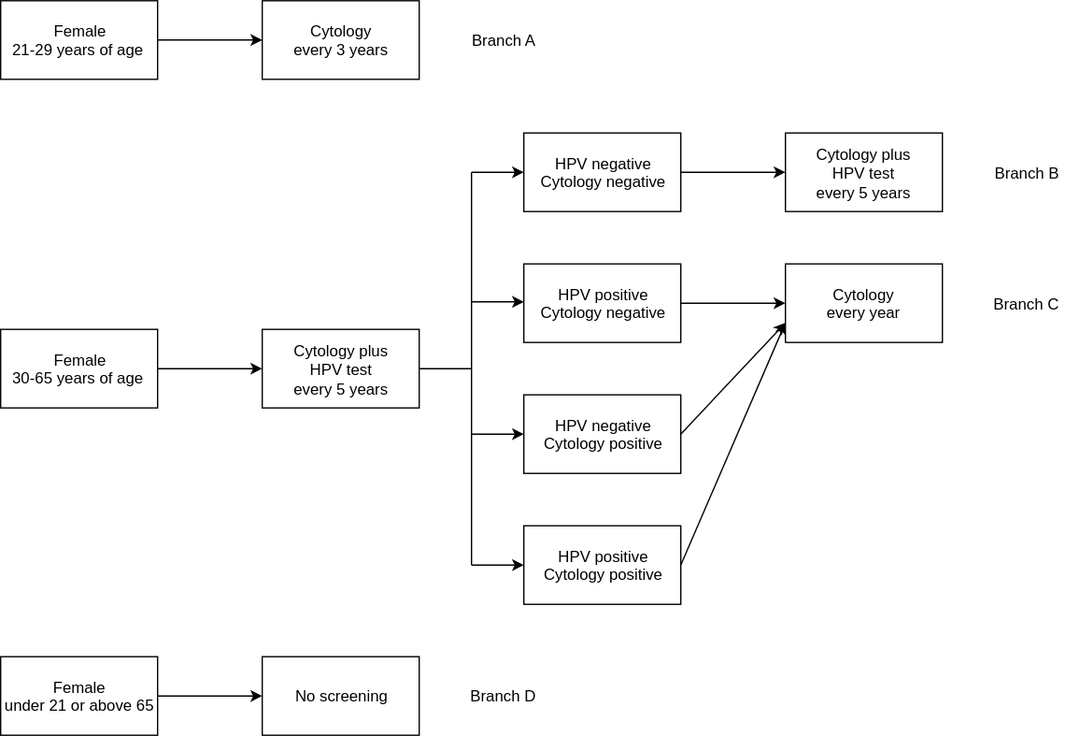
This is docs/source/concept_models/vivarium_swissre_cervicalcancer/cervical_screening_branches.svg from ihmeuw/vivarium_research, a draw.io export, as it was before one commit. Source tidied: cells renumbered, new cells last; positions are measured from the earlier drawing's top-left corner, leaving out a move shared by most shapes.
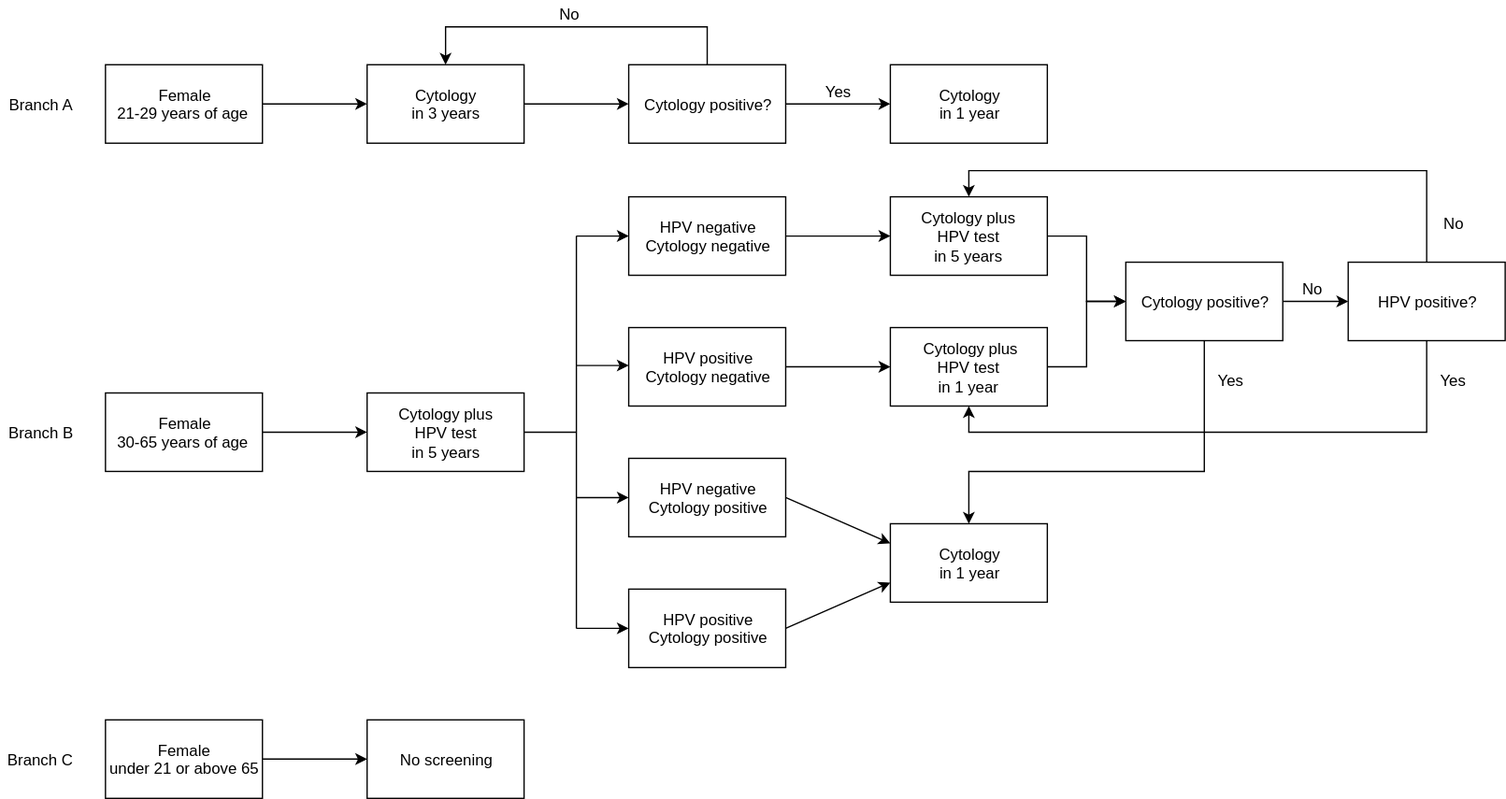
After the change.

Commit message:
update cervical cancer screening and detection

Change to the diagram source:
```diff
@@ -5,7 +5,7 @@
     <mxCell id="2" style="rounded=0;whiteSpace=wrap;html=1;" parent="1" vertex="1">
       <mxGeometry x="200" y="251" width="120" height="60" as="geometry" />
     </mxCell>
-    <mxCell id="3" value="Cytology plus&lt;br&gt;HPV test&lt;br&gt;every 5 years" style="text;html=1;strokeColor=none;fillColor=none;align=center;verticalAlign=middle;whiteSpace=wrap;rounded=0;" parent="1" vertex="1">
+    <mxCell id="3" value="Cytology plus&lt;br&gt;HPV test&lt;br&gt;in 5 years" style="text;html=1;strokeColor=none;fillColor=none;align=center;verticalAlign=middle;whiteSpace=wrap;rounded=0;" parent="1" vertex="1">
       <mxGeometry x="205" y="271" width="110" height="20" as="geometry" />
     </mxCell>
     <mxCell id="4" style="edgeStyle=orthogonalEdgeStyle;rounded=0;jettySize=auto;html=1;exitX=1;exitY=0.5;exitDx=0;exitDy=0;entryX=0;entryY=0.5;entryDx=0;entryDy=0;" parent="1" edge="1" source="5" target="22">
@@ -20,13 +20,13 @@
     <mxCell id="7" style="rounded=0;whiteSpace=wrap;html=1;" parent="1" vertex="1">
       <mxGeometry x="400" y="201" width="120" height="60" as="geometry" />
     </mxCell>
-    <mxCell id="8" style="edgeStyle=none;rounded=0;jettySize=auto;html=1;exitX=1;exitY=0.5;exitDx=0;exitDy=0;entryX=0;entryY=0.75;entryDx=0;entryDy=0;" parent="1" edge="1" source="9" target="24">
+    <mxCell id="8" style="edgeStyle=none;rounded=0;jettySize=auto;html=1;exitX=1;exitY=0.5;exitDx=0;exitDy=0;entryX=0;entryY=0.25;entryDx=0;entryDy=0;" parent="1" edge="1" source="9" target="46">
       <mxGeometry relative="1" as="geometry" />
     </mxCell>
     <mxCell id="9" style="rounded=0;whiteSpace=wrap;html=1;" parent="1" vertex="1">
       <mxGeometry x="400" y="301" width="120" height="60" as="geometry" />
     </mxCell>
-    <mxCell id="10" style="edgeStyle=none;rounded=0;jettySize=auto;html=1;exitX=1;exitY=0.5;exitDx=0;exitDy=0;entryX=0;entryY=0.75;entryDx=0;entryDy=0;" parent="1" edge="1" source="11" target="24">
+    <mxCell id="10" style="edgeStyle=none;rounded=0;jettySize=auto;html=1;exitX=1;exitY=0.5;exitDx=0;exitDy=0;entryX=0;entryY=0.75;entryDx=0;entryDy=0;" parent="1" edge="1" source="11" target="46">
       <mxGeometry relative="1" as="geometry" />
     </mxCell>
     <mxCell id="11" style="rounded=0;whiteSpace=wrap;html=1;" parent="1" vertex="1">
@@ -78,16 +78,27 @@
         <mxPoint x="400" y="431" as="targetPoint" />
       </mxGeometry>
     </mxCell>
+    <mxCell id="43" style="edgeStyle=orthogonalEdgeStyle;rounded=0;jettySize=auto;html=1;exitX=1;exitY=0.5;exitDx=0;exitDy=0;entryX=0;entryY=0.5;entryDx=0;entryDy=0;" parent="1" edge="1" source="22" target="56">
+      <mxGeometry relative="1" as="geometry" />
+    </mxCell>
     <mxCell id="22" style="rounded=0;whiteSpace=wrap;html=1;" parent="1" vertex="1">
       <mxGeometry x="600" y="101" width="120" height="60" as="geometry" />
     </mxCell>
-    <mxCell id="23" value="Cytology plus HPV test every 5 years" style="text;html=1;strokeColor=none;fillColor=none;align=center;verticalAlign=middle;whiteSpace=wrap;rounded=0;" parent="1" vertex="1">
+    <mxCell id="23" value="Cytology plus HPV test &lt;br&gt;in 5 years" style="text;html=1;strokeColor=none;fillColor=none;align=center;verticalAlign=middle;whiteSpace=wrap;rounded=0;" parent="1" vertex="1">
       <mxGeometry x="620" y="121" width="80" height="20" as="geometry" />
     </mxCell>
+    <mxCell id="44" style="edgeStyle=orthogonalEdgeStyle;rounded=0;jettySize=auto;html=1;exitX=1;exitY=0.5;exitDx=0;exitDy=0;entryX=0;entryY=0.5;entryDx=0;entryDy=0;" parent="1" edge="1" source="24" target="56">
+      <mxGeometry relative="1" as="geometry">
+        <Array as="points">
+          <mxPoint x="750" y="231" />
+          <mxPoint x="750" y="181" />
+        </Array>
+      </mxGeometry>
+    </mxCell>
     <mxCell id="24" style="rounded=0;whiteSpace=wrap;html=1;" parent="1" vertex="1">
       <mxGeometry x="600" y="201" width="120" height="60" as="geometry" />
     </mxCell>
-    <mxCell id="25" value="Cytology every year" style="text;html=1;strokeColor=none;fillColor=none;align=center;verticalAlign=middle;whiteSpace=wrap;rounded=0;" parent="1" vertex="1">
+    <mxCell id="25" value="&amp;nbsp;Cytology plus HPV test&lt;br&gt;in 1 year" style="text;html=1;strokeColor=none;fillColor=none;align=center;verticalAlign=middle;whiteSpace=wrap;rounded=0;" parent="1" vertex="1">
       <mxGeometry x="620" y="221" width="80" height="20" as="geometry" />
     </mxCell>
     <mxCell id="26" style="edgeStyle=orthogonalEdgeStyle;rounded=0;jettySize=auto;html=1;exitX=1;exitY=0.5;exitDx=0;exitDy=0;entryX=0;entryY=0.5;entryDx=0;entryDy=0;" parent="1" edge="1" source="27" target="2">
@@ -114,10 +125,13 @@
     <mxCell id="33" value="No screening" style="text;html=1;strokeColor=none;fillColor=none;align=center;verticalAlign=middle;whiteSpace=wrap;rounded=0;" parent="1" vertex="1">
       <mxGeometry x="215" y="521" width="90" height="20" as="geometry" />
     </mxCell>
+    <mxCell id="45" style="edgeStyle=orthogonalEdgeStyle;rounded=0;jettySize=auto;html=1;exitX=1;exitY=0.5;exitDx=0;exitDy=0;entryX=0;entryY=0.5;entryDx=0;entryDy=0;" parent="1" edge="1" source="34" target="50">
+      <mxGeometry relative="1" as="geometry" />
+    </mxCell>
     <mxCell id="34" style="rounded=0;whiteSpace=wrap;html=1;" parent="1" vertex="1">
       <mxGeometry x="200" width="120" height="60" as="geometry" />
     </mxCell>
-    <mxCell id="35" value="Cytology&lt;br&gt;every 3 years" style="text;html=1;strokeColor=none;fillColor=none;align=center;verticalAlign=middle;whiteSpace=wrap;rounded=0;" parent="1" vertex="1">
+    <mxCell id="35" value="Cytology&lt;br&gt;in 3 years" style="text;html=1;strokeColor=none;fillColor=none;align=center;verticalAlign=middle;whiteSpace=wrap;rounded=0;" parent="1" vertex="1">
       <mxGeometry x="205" y="20" width="110" height="20" as="geometry" />
     </mxCell>
     <mxCell id="36" style="edgeStyle=orthogonalEdgeStyle;rounded=0;jettySize=auto;html=1;exitX=1;exitY=0.5;exitDx=0;exitDy=0;entryX=0;entryY=0.5;entryDx=0;entryDy=0;" parent="1" edge="1" source="37" target="34">
@@ -129,17 +143,90 @@
     <mxCell id="38" value="Female&lt;br&gt;21-29 years of age&amp;nbsp;" style="text;html=1;strokeColor=none;fillColor=none;align=center;verticalAlign=middle;whiteSpace=wrap;rounded=0;" parent="1" vertex="1">
       <mxGeometry x="5" y="20" width="110" height="20" as="geometry" />
     </mxCell>
-    <mxCell id="39" value="Branch D" style="text;html=1;strokeColor=none;fillColor=none;align=center;verticalAlign=middle;whiteSpace=wrap;rounded=0;" parent="1" vertex="1">
-      <mxGeometry x="354" y="521" width="60" height="20" as="geometry" />
+    <mxCell id="39" value="Branch C" style="text;html=1;strokeColor=none;fillColor=none;align=center;verticalAlign=middle;whiteSpace=wrap;rounded=0;" parent="1" vertex="1">
+      <mxGeometry x="-80" y="521" width="60" height="20" as="geometry" />
     </mxCell>
     <mxCell id="40" value="Branch A" style="text;html=1;strokeColor=none;fillColor=none;align=center;verticalAlign=middle;whiteSpace=wrap;rounded=0;" parent="1" vertex="1">
-      <mxGeometry x="354" y="20" width="60" height="20" as="geometry" />
+      <mxGeometry x="-80" y="20" width="60" height="20" as="geometry" />
     </mxCell>
+    <mxCell id="46" style="rounded=0;whiteSpace=wrap;html=1;" parent="1" vertex="1">
+      <mxGeometry x="600" y="351" width="120" height="60" as="geometry" />
+    </mxCell>
+    <mxCell id="47" value="Cytology&lt;br&gt;in 1 year" style="text;html=1;strokeColor=none;fillColor=none;align=center;verticalAlign=middle;whiteSpace=wrap;rounded=0;" parent="1" vertex="1">
+      <mxGeometry x="620" y="371" width="80" height="20" as="geometry" />
+    </mxCell>
+    <mxCell id="48" style="edgeStyle=orthogonalEdgeStyle;rounded=0;jettySize=auto;html=1;exitX=1;exitY=0.5;exitDx=0;exitDy=0;entryX=0;entryY=0.5;entryDx=0;entryDy=0;" parent="1" edge="1" source="50" target="52">
+      <mxGeometry relative="1" as="geometry" />
+    </mxCell>
+    <mxCell id="49" style="edgeStyle=orthogonalEdgeStyle;rounded=0;jettySize=auto;html=1;exitX=0.5;exitY=0;exitDx=0;exitDy=0;entryX=0.5;entryY=0;entryDx=0;entryDy=0;" parent="1" edge="1" source="50" target="34">
+      <mxGeometry relative="1" as="geometry">
+        <Array as="points">
+          <mxPoint x="460" y="-29" />
+          <mxPoint x="260" y="-29" />
+        </Array>
+      </mxGeometry>
+    </mxCell>
+    <mxCell id="50" style="rounded=0;whiteSpace=wrap;html=1;" parent="1" vertex="1">
+      <mxGeometry x="400" width="120" height="60" as="geometry" />
+    </mxCell>
+    <mxCell id="51" value="Cytology positive?" style="text;html=1;strokeColor=none;fillColor=none;align=center;verticalAlign=middle;whiteSpace=wrap;rounded=0;" parent="1" vertex="1">
+      <mxGeometry x="405" y="20" width="110" height="20" as="geometry" />
+    </mxCell>
+    <mxCell id="52" style="rounded=0;whiteSpace=wrap;html=1;" parent="1" vertex="1">
+      <mxGeometry x="600" width="120" height="60" as="geometry" />
+    </mxCell>
+    <mxCell id="53" value="Cytology&lt;br&gt;in 1 year" style="text;html=1;strokeColor=none;fillColor=none;align=center;verticalAlign=middle;whiteSpace=wrap;rounded=0;" parent="1" vertex="1">
+      <mxGeometry x="620" y="20" width="80" height="20" as="geometry" />
+    </mxCell>
     <mxCell id="41" value="Branch B" style="text;html=1;strokeColor=none;fillColor=none;align=center;verticalAlign=middle;whiteSpace=wrap;rounded=0;" parent="1" vertex="1">
-      <mxGeometry x="754" y="121" width="60" height="20" as="geometry" />
+      <mxGeometry x="-80" y="271" width="60" height="20" as="geometry" />
     </mxCell>
-    <mxCell id="42" value="Branch C" style="text;html=1;strokeColor=none;fillColor=none;align=center;verticalAlign=middle;whiteSpace=wrap;rounded=0;" parent="1" vertex="1">
-      <mxGeometry x="754" y="221" width="60" height="20" as="geometry" />
-    </mxCell>
+    <mxCell id="54" style="edgeStyle=orthogonalEdgeStyle;rounded=0;jettySize=auto;html=1;exitX=0.5;exitY=1;exitDx=0;exitDy=0;entryX=0.5;entryY=0;entryDx=0;entryDy=0;" parent="1" edge="1" source="56" target="46">
+      <mxGeometry relative="1" as="geometry">
+        <Array as="points">
+          <mxPoint x="840" y="311" />
+          <mxPoint x="660" y="311" />
+        </Array>
+      </mxGeometry>
+    </mxCell>
+    <mxCell id="55" style="edgeStyle=orthogonalEdgeStyle;rounded=0;jettySize=auto;html=1;exitX=1;exitY=0.5;exitDx=0;exitDy=0;entryX=0;entryY=0.5;entryDx=0;entryDy=0;" parent="1" edge="1" source="56" target="60">
+      <mxGeometry relative="1" as="geometry" />
+    </mxCell>
+    <mxCell id="56" style="rounded=0;whiteSpace=wrap;html=1;" parent="1" vertex="1">
+      <mxGeometry x="780" y="151" width="120" height="60" as="geometry" />
+    </mxCell>
+    <mxCell id="57" value="Cytology positive?" style="text;html=1;strokeColor=none;fillColor=none;align=center;verticalAlign=middle;whiteSpace=wrap;rounded=0;" parent="1" vertex="1">
+      <mxGeometry x="785" y="171" width="110" height="20" as="geometry" />
+    </mxCell>
+    <mxCell id="58" style="edgeStyle=orthogonalEdgeStyle;rounded=0;jettySize=auto;html=1;exitX=0.5;exitY=0;exitDx=0;exitDy=0;entryX=0.5;entryY=0;entryDx=0;entryDy=0;" parent="1" edge="1" source="60" target="22">
+      <mxGeometry relative="1" as="geometry" />
+    </mxCell>
+    <mxCell id="59" style="edgeStyle=orthogonalEdgeStyle;rounded=0;jettySize=auto;html=1;exitX=0.5;exitY=1;exitDx=0;exitDy=0;entryX=0.5;entryY=1;entryDx=0;entryDy=0;" parent="1" edge="1" source="60" target="24">
+      <mxGeometry relative="1" as="geometry" />
+    </mxCell>
+    <mxCell id="60" style="rounded=0;whiteSpace=wrap;html=1;" parent="1" vertex="1">
+      <mxGeometry x="950" y="151" width="120" height="60" as="geometry" />
+    </mxCell>
+    <mxCell id="61" value="HPV positive?" style="text;html=1;strokeColor=none;fillColor=none;align=center;verticalAlign=middle;whiteSpace=wrap;rounded=0;" parent="1" vertex="1">
+      <mxGeometry x="955" y="171" width="110" height="20" as="geometry" />
+    </mxCell>
+    <mxCell id="62" value="No" style="text;html=1;strokeColor=none;fillColor=none;align=center;verticalAlign=middle;whiteSpace=wrap;rounded=0;" parent="1" vertex="1">
+      <mxGeometry x="334" y="-49" width="40" height="20" as="geometry" />
+    </mxCell>
+    <mxCell id="63" value="Yes" style="text;html=1;strokeColor=none;fillColor=none;align=center;verticalAlign=middle;whiteSpace=wrap;rounded=0;" parent="1" vertex="1">
+      <mxGeometry x="540" y="10" width="40" height="20" as="geometry" />
+    </mxCell>
+    <mxCell id="64" value="No" style="text;html=1;strokeColor=none;fillColor=none;align=center;verticalAlign=middle;whiteSpace=wrap;rounded=0;" parent="1" vertex="1">
+      <mxGeometry x="902.5" y="161" width="40" height="20" as="geometry" />
+    </mxCell>
+    <mxCell id="65" value="Yes" style="text;html=1;strokeColor=none;fillColor=none;align=center;verticalAlign=middle;whiteSpace=wrap;rounded=0;" parent="1" vertex="1">
+      <mxGeometry x="840" y="231" width="40" height="20" as="geometry" />
+    </mxCell>
+    <mxCell id="66" value="Yes" style="text;html=1;strokeColor=none;fillColor=none;align=center;verticalAlign=middle;whiteSpace=wrap;rounded=0;" parent="1" vertex="1">
+      <mxGeometry x="1010" y="231" width="40" height="20" as="geometry" />
+    </mxCell>
+    <mxCell id="67" value="No" style="text;html=1;strokeColor=none;fillColor=none;align=center;verticalAlign=middle;whiteSpace=wrap;rounded=0;" parent="1" vertex="1">
+      <mxGeometry x="1010" y="111" width="40" height="20" as="geometry" />
+    </mxCell>
   </root>
 </mxGraphModel>
```
